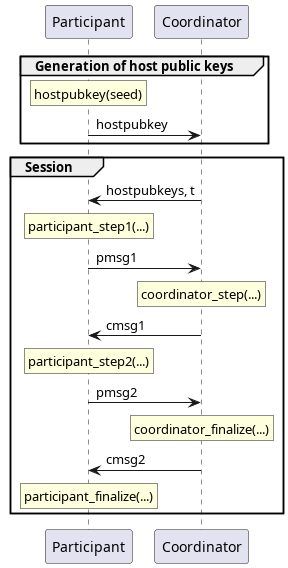
The PlantUML diagram images/chilldkg-sequence.png in BlockstreamResearch/bip-frost-dkg, before a commit.
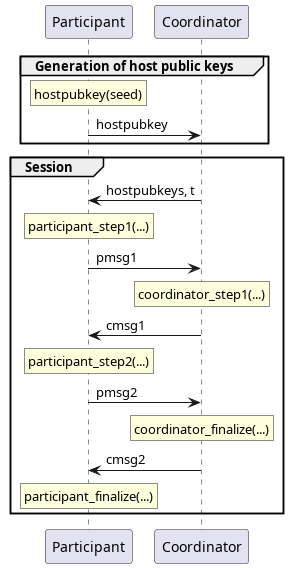
Above is the later version.

Commit message:
chilldkg: coordinator_step -> coordinator_step1

What changed in the source:
```diff
@@ -11,7 +11,7 @@
 Coordinator->Participant: hostpubkeys, t
 rnote over Participant: participant_step1(...)
 Participant->Coordinator: pmsg1
-rnote over Coordinator: coordinator_step(...)
+rnote over Coordinator: coordinator_step1(...)
 Coordinator->Participant: cmsg1
 rnote over Participant: participant_step2(...)
 Participant->Coordinator: pmsg2
```
